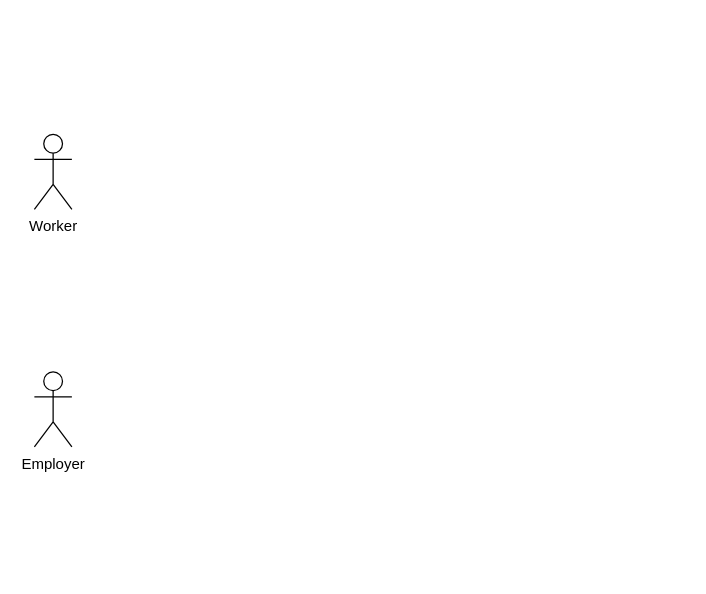
baldore/angelo keeps this draw.io diagram as Untitled Diagram.drawio. Above is the earlier version. Source tidied: cells renumbered, new cells numbered last; positions are measured from the earlier drawing's top-left corner, leaving out a move shared by most shapes. Both pictures are drawn from the tidied source at 125%, with x=0, y=0 at pixel (34, 134).
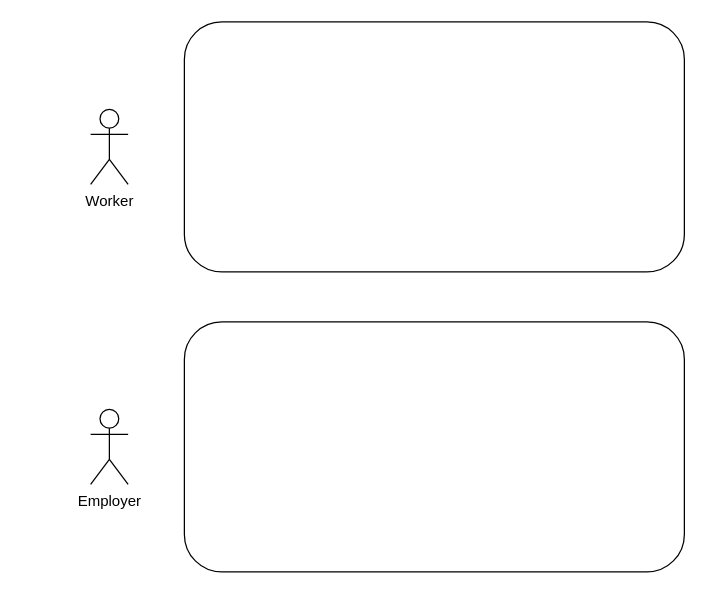
The same page after the edit.

What changed in the source:
```diff
@@
 <mxGraphModel>
   <root>
     <mxCell id="0" />
     <mxCell id="1" parent="0" />
     <mxCell id="2" value="Worker" style="shape=umlActor;verticalLabelPosition=bottom;verticalAlign=top;html=1;" parent="1" vertex="1">
-      <mxGeometry width="30" height="60" as="geometry" />
+      <mxGeometry x="45" y="-20" width="30" height="60" as="geometry" />
     </mxCell>
     <mxCell id="3" value="&lt;div&gt;Employer&lt;/div&gt;" style="shape=umlActor;verticalLabelPosition=bottom;verticalAlign=top;html=1;" parent="1" vertex="1">
-      <mxGeometry y="190" width="30" height="60" as="geometry" />
+      <mxGeometry x="45" y="220" width="30" height="60" as="geometry" />
     </mxCell>
+    <mxCell id="4" style="rounded=1;whiteSpace=wrap;html=1;" parent="1" vertex="1">
+      <mxGeometry x="120" y="-90" width="400" height="200" as="geometry" />
+    </mxCell>
+    <mxCell id="5" style="rounded=1;whiteSpace=wrap;html=1;" parent="1" vertex="1">
+      <mxGeometry x="120" y="150" width="400" height="200" as="geometry" />
+    </mxCell>
   </root>
 </mxGraphModel>
```
